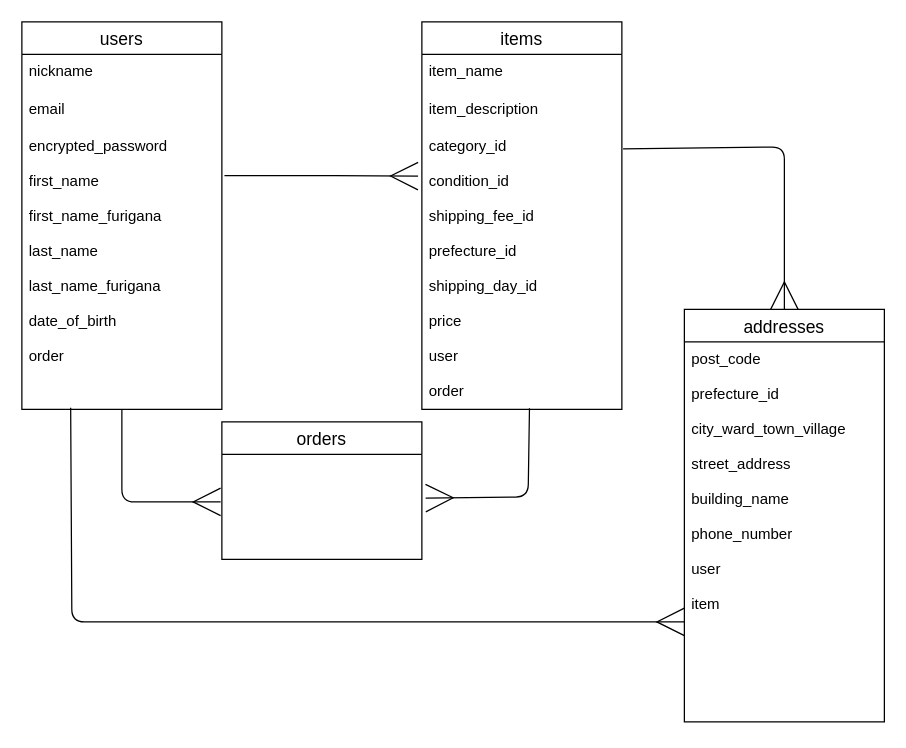
user-onion-japan-1919/furima-41924 keeps this draw.io diagram as test.dio. Above is the earlier version. Source tidied: cells renumbered, new cells numbered last; positions are measured from the earlier drawing's top-left corner, leaving out a move shared by most shapes. Both pictures are drawn from the tidied source at 125%, with x=0, y=0 at pixel (21, 21).
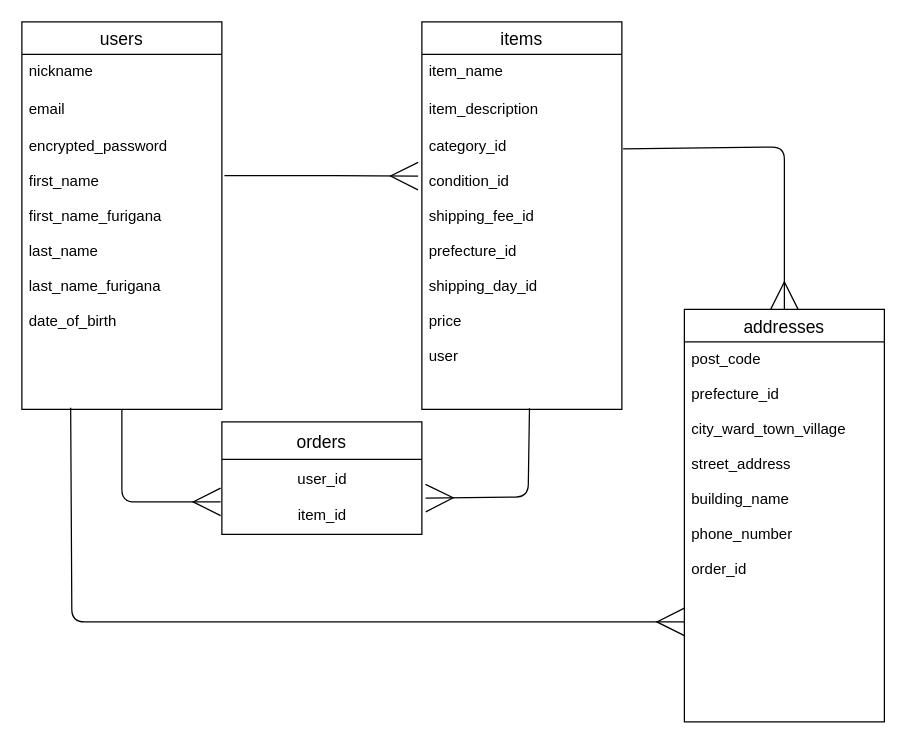
Above is the later version.

The change refers to these unchanged cells:
```xml
<mxCell id="5" value="users" style="swimlane;fontStyle=0;horizontal=1;startSize=26;align=center;fontSize=14;" parent="1" vertex="1">
  <mxGeometry width="160" height="310" as="geometry" />
</mxCell>
<mxCell id="11" value="items" style="swimlane;fontStyle=0;horizontal=1;startSize=26;align=center;fontSize=14;rotation=0;arcSize=15;" parent="1" vertex="1">
  <mxGeometry x="320" width="160" height="310" as="geometry" />
</mxCell>
<mxCell id="16" value="addresses" style="swimlane;fontStyle=0;horizontal=1;startSize=26;align=center;fontSize=14;" parent="1" vertex="1">
  <mxGeometry x="530" y="230" width="160" height="330" as="geometry" />
</mxCell>
```

Diff of the diagram source:
```diff
@@
-    <mxCell id="8" value="encrypted_password&#10;&#10;first_name&#10;&#10;first_name_furigana&#10;&#10;last_name&#10;&#10;last_name_furigana&#10;&#10;date_of_birth&#10;&#10;order" style="text;strokeColor=none;fillColor=none;spacingLeft=4;spacingRight=4;overflow=hidden;points=[[0,0.5],[1,0.5]];portConstraint=eastwest;fontSize=12;" parent="5" vertex="1">
+    <mxCell id="8" value="encrypted_password&#10;&#10;first_name&#10;&#10;first_name_furigana&#10;&#10;last_name&#10;&#10;last_name_furigana&#10;&#10;date_of_birth&#10;" style="text;strokeColor=none;fillColor=none;spacingLeft=4;spacingRight=4;overflow=hidden;points=[[0,0.5],[1,0.5]];portConstraint=eastwest;fontSize=12;" parent="5" vertex="1">
       <mxGeometry y="86" width="160" height="224" as="geometry" />
     </mxCell>
@@
-    <mxCell id="14" value="category_id&#10;&#10;condition_id&#10;&#10;shipping_fee_id&#10;&#10;prefecture_id&#10;&#10;shipping_day_id&#10;&#10;price&#10;&#10;user&#10;&#10;order" style="text;strokeColor=none;fillColor=none;spacingLeft=4;spacingRight=4;overflow=hidden;points=[[0,0.5],[1,0.5]];portConstraint=eastwest;fontSize=12;arcSize=24;" parent="11" vertex="1">
+    <mxCell id="14" value="category_id&#10;&#10;condition_id&#10;&#10;shipping_fee_id&#10;&#10;prefecture_id&#10;&#10;shipping_day_id&#10;&#10;price&#10;&#10;user&#10;" style="text;strokeColor=none;fillColor=none;spacingLeft=4;spacingRight=4;overflow=hidden;points=[[0,0.5],[1,0.5]];portConstraint=eastwest;fontSize=12;arcSize=24;" parent="11" vertex="1">
       <mxGeometry y="86" width="160" height="224" as="geometry" />
     </mxCell>
-    <mxCell id="15" value="orders" style="swimlane;fontStyle=0;horizontal=1;startSize=26;align=center;fontSize=14;" parent="1" vertex="1">
-      <mxGeometry x="160" y="320" width="160" height="110" as="geometry" />
+    <mxCell id="15" value="orders" style="swimlane;fontStyle=0;horizontal=1;startSize=30;align=center;fontSize=14;" parent="1" vertex="1">
+      <mxGeometry x="160" y="320" width="160" height="90" as="geometry" />
     </mxCell>
+    <mxCell id="18" value="user_id&lt;br&gt;&lt;br&gt;item_id" style="text;html=1;align=center;verticalAlign=middle;strokeColor=none;fillColor=none;" parent="15" vertex="1">
+      <mxGeometry y="30" width="160" height="60" as="geometry" />
+    </mxCell>
@@
-    <mxCell id="17" value="post_code&#10;&#10;prefecture_id&#10;&#10;city_ward_town_village&#10;&#10;street_address&#10;&#10;building_name&#10;&#10;phone_number&#10;&#10;user&#10;&#10;item&#10;&#10;&#10;" style="text;strokeColor=none;fillColor=none;spacingLeft=4;spacingRight=4;overflow=hidden;fontSize=12;" parent="16" vertex="1">
+    <mxCell id="17" value="post_code&#10;&#10;prefecture_id&#10;&#10;city_ward_town_village&#10;&#10;street_address&#10;&#10;building_name&#10;&#10;phone_number&#10;&#10;order_id&#10;&#10;&#10;&#10;" style="text;strokeColor=none;fillColor=none;spacingLeft=4;spacingRight=4;overflow=hidden;fontSize=12;" parent="16" vertex="1">
       <mxGeometry y="26" width="160" height="304" as="geometry" />
     </mxCell>
```
